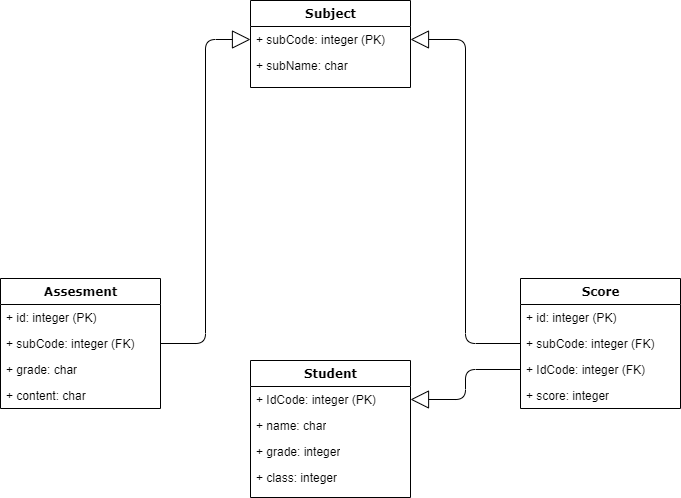
This is dbschema.png from chlwodud77/student-assesment-manager, a draw.io export, as it was before one commit. Source tidied: cells renumbered, new cells last; positions are measured from the earlier drawing's top-left corner, leaving out a move shared by most shapes.
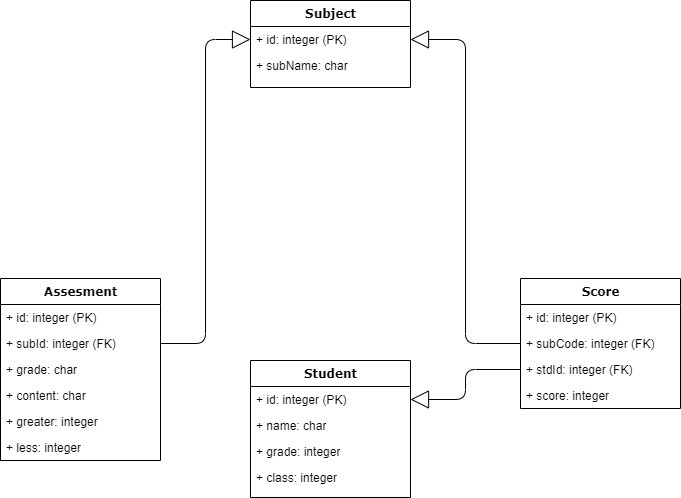
Above is the later version.

The edit, as a diff of the source:
```diff
@@ -8,7 +8,7 @@
     <mxCell id="3" value="Subject" style="swimlane;html=1;fontStyle=1;align=center;verticalAlign=top;horizontal=1;startSize=26;swimlaneFillColor=#ffffff;rounded=0;shadow=0;comic=0;labelBackgroundColor=none;strokeWidth=1;fillColor=none;fontFamily=Verdana;fontSize=12;" parent="1" vertex="1">
       <mxGeometry x="250" width="160" height="87" as="geometry" />
     </mxCell>
-    <mxCell id="4" value="+ subCode: integer (PK)" style="text;html=1;strokeColor=none;fillColor=none;align=left;verticalAlign=top;spacingLeft=4;spacingRight=4;whiteSpace=wrap;overflow=hidden;points=[[0,0.5],[1,0.5]];portConstraint=eastwest;" parent="3" vertex="1">
+    <mxCell id="4" value="+ id: integer (PK)" style="text;html=1;strokeColor=none;fillColor=none;align=left;verticalAlign=top;spacingLeft=4;spacingRight=4;whiteSpace=wrap;overflow=hidden;points=[[0,0.5],[1,0.5]];portConstraint=eastwest;" parent="3" vertex="1">
       <mxGeometry y="26" width="160" height="26" as="geometry" />
     </mxCell>
     <mxCell id="5" value="+ subName: char" style="text;html=1;strokeColor=none;fillColor=none;align=left;verticalAlign=top;spacingLeft=4;spacingRight=4;whiteSpace=wrap;overflow=hidden;" parent="3" vertex="1">
@@ -21,12 +21,12 @@
       <mxGeometry relative="1" as="geometry" />
     </mxCell>
     <mxCell id="8" value="Assesment" style="swimlane;html=1;fontStyle=1;align=center;verticalAlign=top;horizontal=1;startSize=26;swimlaneFillColor=#ffffff;rounded=0;shadow=0;comic=0;labelBackgroundColor=none;strokeWidth=1;fillColor=none;fontFamily=Verdana;fontSize=12;" parent="1" vertex="1">
-      <mxGeometry y="278" width="160" height="130" as="geometry" />
+      <mxGeometry y="278" width="160" height="182" as="geometry" />
     </mxCell>
     <mxCell id="9" value="+ id: integer (PK)" style="text;html=1;strokeColor=none;fillColor=none;align=left;verticalAlign=top;spacingLeft=4;spacingRight=4;whiteSpace=wrap;overflow=hidden;" parent="8" vertex="1">
       <mxGeometry y="26" width="160" height="26" as="geometry" />
     </mxCell>
-    <mxCell id="10" value="+ subCode: integer (FK)" style="text;html=1;strokeColor=none;fillColor=none;align=left;verticalAlign=top;spacingLeft=4;spacingRight=4;whiteSpace=wrap;overflow=hidden;points=[[0,0.5],[1,0.5]];portConstraint=eastwest;" parent="8" vertex="1">
+    <mxCell id="10" value="+ subId: integer (FK)" style="text;html=1;strokeColor=none;fillColor=none;align=left;verticalAlign=top;spacingLeft=4;spacingRight=4;whiteSpace=wrap;overflow=hidden;points=[[0,0.5],[1,0.5]];portConstraint=eastwest;" parent="8" vertex="1">
       <mxGeometry y="52" width="160" height="26" as="geometry" />
     </mxCell>
     <mxCell id="11" value="+ grade: char" style="text;html=1;strokeColor=none;fillColor=none;align=left;verticalAlign=top;spacingLeft=4;spacingRight=4;whiteSpace=wrap;overflow=hidden;" parent="8" vertex="1">
@@ -35,6 +35,12 @@
     <mxCell id="12" value="+ content: char" style="text;html=1;strokeColor=none;fillColor=none;align=left;verticalAlign=top;spacingLeft=4;spacingRight=4;whiteSpace=wrap;overflow=hidden;" parent="8" vertex="1">
       <mxGeometry y="104" width="160" height="26" as="geometry" />
     </mxCell>
+    <mxCell id="23" value="+ greater: integer" style="text;html=1;strokeColor=none;fillColor=none;align=left;verticalAlign=top;spacingLeft=4;spacingRight=4;whiteSpace=wrap;overflow=hidden;" parent="8" vertex="1">
+      <mxGeometry y="130" width="160" height="26" as="geometry" />
+    </mxCell>
+    <mxCell id="24" value="+ less: integer" style="text;html=1;strokeColor=none;fillColor=none;align=left;verticalAlign=top;spacingLeft=4;spacingRight=4;whiteSpace=wrap;overflow=hidden;" parent="8" vertex="1">
+      <mxGeometry y="156" width="160" height="26" as="geometry" />
+    </mxCell>
     <mxCell id="13" value="Score" style="swimlane;html=1;fontStyle=1;align=center;verticalAlign=top;horizontal=1;startSize=26;swimlaneFillColor=#ffffff;rounded=0;shadow=0;comic=0;labelBackgroundColor=none;strokeWidth=1;fillColor=none;fontFamily=Verdana;fontSize=12;" parent="1" vertex="1">
       <mxGeometry x="520" y="278" width="160" height="130" as="geometry" />
     </mxCell>
@@ -44,7 +50,7 @@
     <mxCell id="15" value="+ subCode: integer (FK)" style="text;html=1;strokeColor=none;fillColor=none;align=left;verticalAlign=top;spacingLeft=4;spacingRight=4;whiteSpace=wrap;overflow=hidden;points=[[0,0.5],[1,0.5]];portConstraint=eastwest;" parent="13" vertex="1">
       <mxGeometry y="52" width="160" height="26" as="geometry" />
     </mxCell>
-    <mxCell id="16" value="+ IdCode: integer (FK)" style="text;html=1;strokeColor=none;fillColor=none;align=left;verticalAlign=top;spacingLeft=4;spacingRight=4;whiteSpace=wrap;overflow=hidden;points=[[0,0.5],[1,0.5]];portConstraint=eastwest;" parent="13" vertex="1">
+    <mxCell id="16" value="+ stdId: integer (FK)" style="text;html=1;strokeColor=none;fillColor=none;align=left;verticalAlign=top;spacingLeft=4;spacingRight=4;whiteSpace=wrap;overflow=hidden;points=[[0,0.5],[1,0.5]];portConstraint=eastwest;" parent="13" vertex="1">
       <mxGeometry y="78" width="160" height="26" as="geometry" />
     </mxCell>
     <mxCell id="17" value="+ score: integer" style="text;html=1;strokeColor=none;fillColor=none;align=left;verticalAlign=top;spacingLeft=4;spacingRight=4;whiteSpace=wrap;overflow=hidden;" parent="13" vertex="1">
@@ -53,7 +59,7 @@
     <mxCell id="18" value="Student" style="swimlane;html=1;fontStyle=1;align=center;verticalAlign=top;horizontal=1;startSize=26;swimlaneFillColor=#ffffff;rounded=0;shadow=0;comic=0;labelBackgroundColor=none;strokeWidth=1;fillColor=none;fontFamily=Verdana;fontSize=12;" parent="1" vertex="1">
       <mxGeometry x="250" y="360" width="160" height="137" as="geometry" />
     </mxCell>
-    <mxCell id="19" value="+ IdCode: integer (PK)" style="text;html=1;strokeColor=none;fillColor=none;align=left;verticalAlign=top;spacingLeft=4;spacingRight=4;whiteSpace=wrap;overflow=hidden;points=[[0,0.5],[1,0.5]];portConstraint=eastwest;" parent="18" vertex="1">
+    <mxCell id="19" value="+ id: integer (PK)" style="text;html=1;strokeColor=none;fillColor=none;align=left;verticalAlign=top;spacingLeft=4;spacingRight=4;whiteSpace=wrap;overflow=hidden;points=[[0,0.5],[1,0.5]];portConstraint=eastwest;" parent="18" vertex="1">
       <mxGeometry y="26" width="160" height="26" as="geometry" />
     </mxCell>
     <mxCell id="20" value="+ name: char" style="text;html=1;strokeColor=none;fillColor=none;align=left;verticalAlign=top;spacingLeft=4;spacingRight=4;whiteSpace=wrap;overflow=hidden;" parent="18" vertex="1">
```
